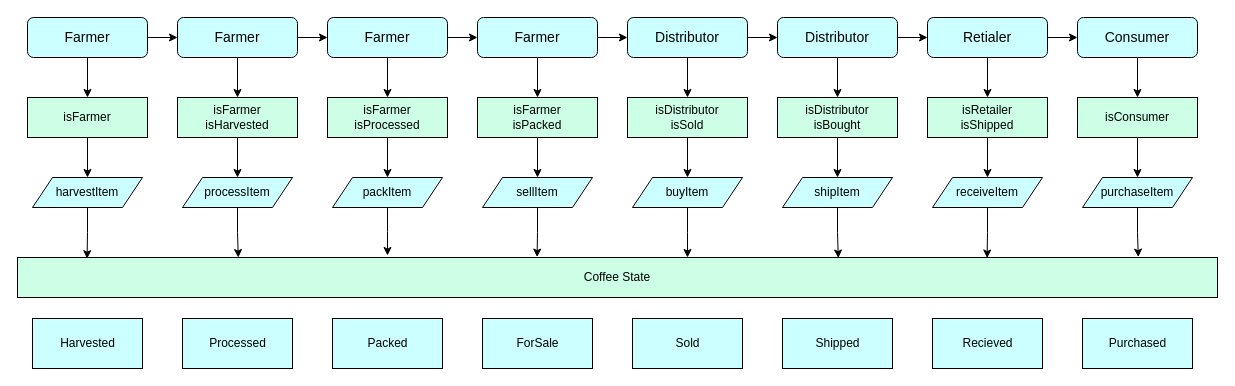
The draw.io diagram Project_UML/state.drawio in baties/Coffee_BlockchainSupplyChain-UDACITY, before the edit. Source tidied: cells renumbered, new cells numbered last; positions are measured from the earlier drawing's top-left corner, leaving out a move shared by most shapes. Both pictures are drawn from the tidied source at 100%, with x=0, y=0 at pixel (17, 17).
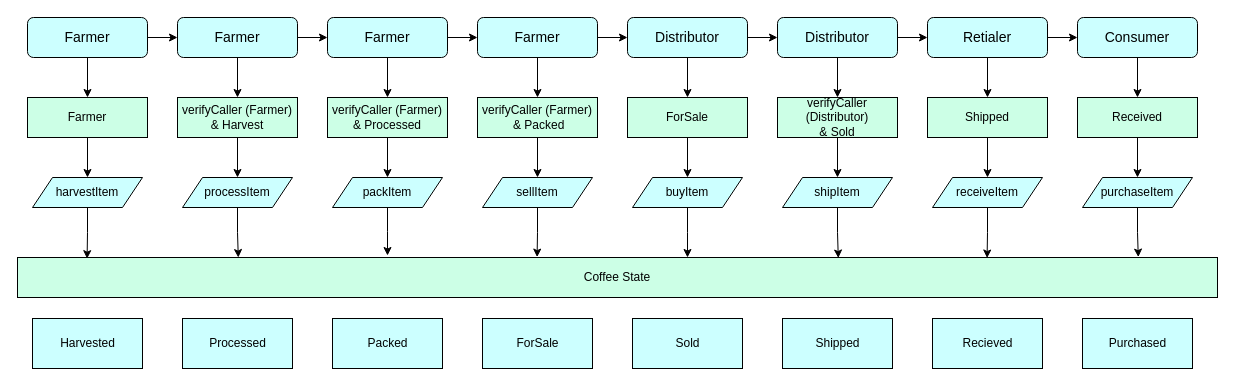
After the change.

What changed in the source:
```diff
@@
-    <mxCell id="26" value="isFarmer" style="rounded=0;whiteSpace=wrap;html=1;fillColor=#CCFFE6;" parent="1" vertex="1">
+    <mxCell id="26" value="Farmer" style="rounded=0;whiteSpace=wrap;html=1;fillColor=#CCFFE6;" parent="1" vertex="1">
       <mxGeometry x="10" y="80" width="120" height="40" as="geometry" />
     </mxCell>
@@
-    <mxCell id="28" value="isFarmer&lt;br&gt;isHarvested" style="rounded=0;whiteSpace=wrap;html=1;fillColor=#CCFFE6;" parent="1" vertex="1">
+    <mxCell id="28" value="verifyCaller (Farmer)&lt;br&gt;&amp;amp; Harvest" style="rounded=0;whiteSpace=wrap;html=1;fillColor=#CCFFE6;" parent="1" vertex="1">
       <mxGeometry x="160" y="80" width="120" height="40" as="geometry" />
     </mxCell>
@@
-    <mxCell id="30" value="isFarmer&lt;br&gt;isProcessed" style="rounded=0;whiteSpace=wrap;html=1;fillColor=#CCFFE6;" parent="1" vertex="1">
+    <mxCell id="30" value="verifyCaller (Farmer)&lt;br&gt;&amp;amp; Processed" style="rounded=0;whiteSpace=wrap;html=1;fillColor=#CCFFE6;" parent="1" vertex="1">
       <mxGeometry x="310" y="80" width="120" height="40" as="geometry" />
     </mxCell>
@@
-    <mxCell id="32" value="isFarmer&lt;br&gt;isPacked" style="rounded=0;whiteSpace=wrap;html=1;fillColor=#CCFFE6;" parent="1" vertex="1">
+    <mxCell id="32" value="verifyCaller (Farmer)&lt;br&gt;&amp;nbsp;&amp;amp; Packed" style="rounded=0;whiteSpace=wrap;html=1;fillColor=#CCFFE6;" parent="1" vertex="1">
       <mxGeometry x="460" y="80" width="120" height="40" as="geometry" />
     </mxCell>
@@
-    <mxCell id="34" value="isDistributor&lt;br&gt;isSold" style="rounded=0;whiteSpace=wrap;html=1;fillColor=#CCFFE6;" parent="1" vertex="1">
+    <mxCell id="34" value="ForSale" style="rounded=0;whiteSpace=wrap;html=1;fillColor=#CCFFE6;" parent="1" vertex="1">
       <mxGeometry x="610" y="80" width="120" height="40" as="geometry" />
     </mxCell>
@@
-    <mxCell id="36" value="isDistributor&lt;br&gt;isBought" style="rounded=0;whiteSpace=wrap;html=1;fillColor=#CCFFE6;" parent="1" vertex="1">
+    <mxCell id="36" value="verifyCaller (Distributor)&lt;br&gt;&amp;amp; Sold" style="rounded=0;whiteSpace=wrap;html=1;fillColor=#CCFFE6;" parent="1" vertex="1">
       <mxGeometry x="760" y="80" width="120" height="40" as="geometry" />
     </mxCell>
@@
-    <mxCell id="38" value="isRetailer&lt;br&gt;isShipped" style="rounded=0;whiteSpace=wrap;html=1;fillColor=#CCFFE6;" parent="1" vertex="1">
+    <mxCell id="38" value="Shipped" style="rounded=0;whiteSpace=wrap;html=1;fillColor=#CCFFE6;" parent="1" vertex="1">
       <mxGeometry x="910" y="80" width="120" height="40" as="geometry" />
     </mxCell>
@@
-    <mxCell id="40" value="isConsumer" style="rounded=0;whiteSpace=wrap;html=1;fillColor=#CCFFE6;" parent="1" vertex="1">
+    <mxCell id="40" value="Received" style="rounded=0;whiteSpace=wrap;html=1;fillColor=#CCFFE6;" parent="1" vertex="1">
       <mxGeometry x="1060" y="80" width="120" height="40" as="geometry" />
     </mxCell>
```
